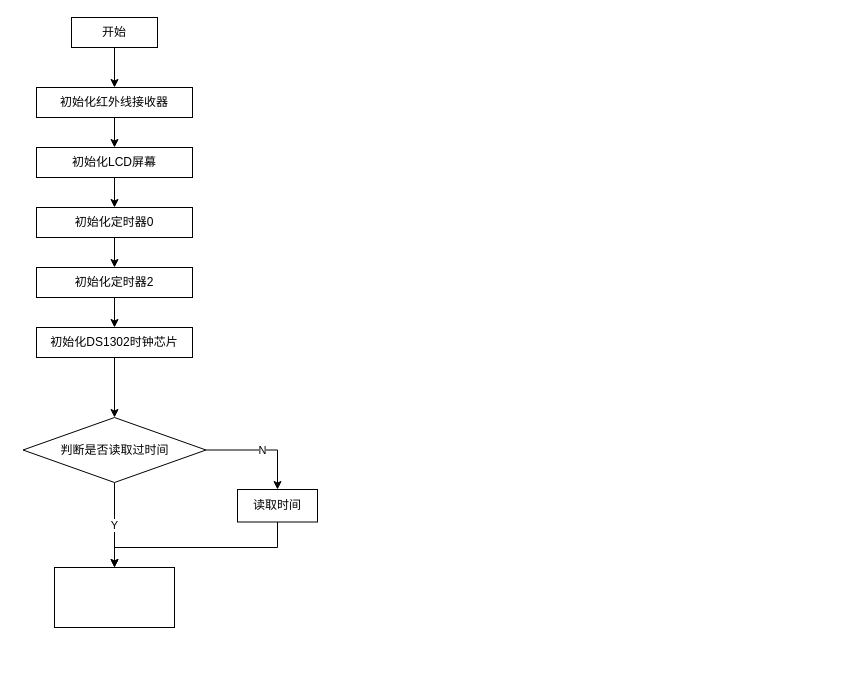
This is 未命名绘图.drawio from wxydejoy/cdn, a draw.io file, before an edit. Source tidied: cells renumbered, new cells numbered last; positions are measured from the earlier drawing's top-left corner, leaving out a move shared by most shapes. Both pictures are drawn from the tidied source at 100%, with x=0, y=0 at pixel (23, 17).
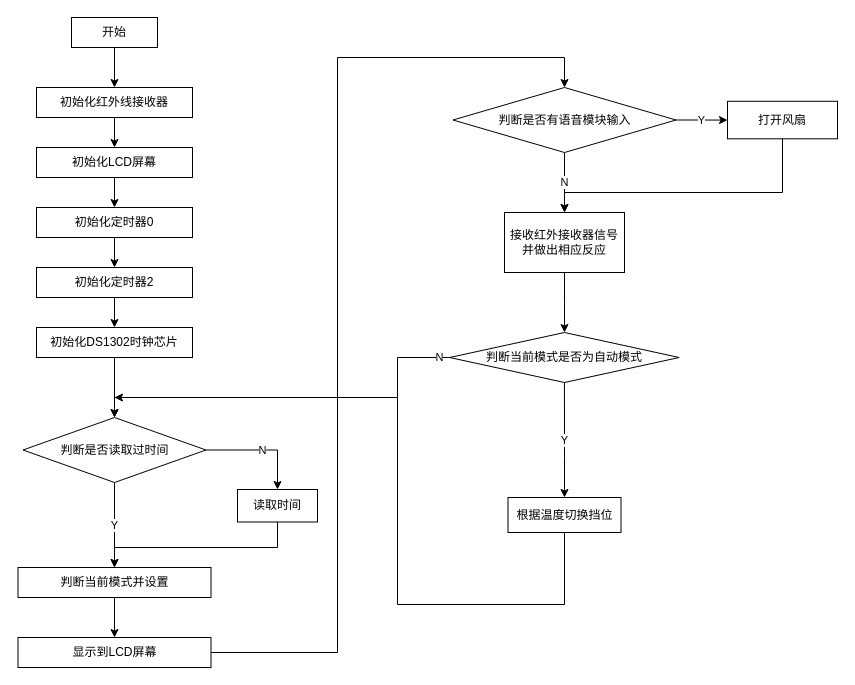
The same page after the edit.

Commit message (it also covers changes not shown here):
更新未命名绘图.drawio

Unchanged cells that the change refers to:
```xml
<mxCell id="16" value="判断是否读取过时间" style="rhombus;whiteSpace=wrap;html=1;rounded=0;" parent="1" vertex="1">
  <mxGeometry x="-0.5" y="400" width="183" height="65" as="geometry" />
</mxCell>
```

Diff of the diagram source:
```diff
@@
+    <mxCell id="20" style="edgeStyle=orthogonalEdgeStyle;rounded=0;jettySize=auto;html=1;" parent="1" edge="1" source="17" target="22">
+      <mxGeometry relative="1" as="geometry" />
+    </mxCell>
-    <mxCell id="17" style="rounded=0;whiteSpace=wrap;html=1;" parent="1" vertex="1">
-      <mxGeometry x="31" y="550" width="120" height="60" as="geometry" />
+    <mxCell id="17" value="判断当前模式并设置" style="rounded=0;whiteSpace=wrap;html=1;" parent="1" vertex="1">
+      <mxGeometry x="-5.5" y="550" width="193" height="30" as="geometry" />
     </mxCell>
@@
+    <mxCell id="21" style="edgeStyle=orthogonalEdgeStyle;rounded=0;jettySize=auto;html=1;" parent="1" edge="1" source="22" target="25">
+      <mxGeometry relative="1" as="geometry">
+        <Array as="points">
+          <mxPoint x="314" y="635" />
+          <mxPoint x="314" y="40" />
+          <mxPoint x="541" y="40" />
+        </Array>
+      </mxGeometry>
+    </mxCell>
+    <mxCell id="22" value="显示到LCD屏幕" style="rounded=0;whiteSpace=wrap;html=1;" parent="1" vertex="1">
+      <mxGeometry x="-5.5" y="620" width="193" height="30" as="geometry" />
+    </mxCell>
+    <mxCell id="23" value="Y" style="edgeStyle=orthogonalEdgeStyle;rounded=0;jettySize=auto;html=1;" parent="1" edge="1" source="25" target="27">
+      <mxGeometry relative="1" as="geometry" />
+    </mxCell>
+    <mxCell id="24" value="N" style="edgeStyle=orthogonalEdgeStyle;rounded=0;jettySize=auto;html=1;" parent="1" edge="1" source="25" target="29">
+      <mxGeometry relative="1" as="geometry" />
+    </mxCell>
+    <mxCell id="25" value="判断是否有语音模块输入" style="rhombus;whiteSpace=wrap;html=1;rounded=0;" parent="1" vertex="1">
+      <mxGeometry x="429.5" y="70" width="223" height="65" as="geometry" />
+    </mxCell>
+    <mxCell id="26" style="edgeStyle=orthogonalEdgeStyle;rounded=0;jettySize=auto;html=1;entryX=0.5;entryY=0;entryDx=0;entryDy=0;" parent="1" edge="1" source="27" target="29">
+      <mxGeometry relative="1" as="geometry">
+        <Array as="points">
+          <mxPoint x="759" y="175" />
+          <mxPoint x="541" y="175" />
+        </Array>
+      </mxGeometry>
+    </mxCell>
+    <mxCell id="27" value="打开风扇" style="whiteSpace=wrap;html=1;rounded=0;" parent="1" vertex="1">
+      <mxGeometry x="704" y="83.8" width="110" height="37.5" as="geometry" />
+    </mxCell>
+    <mxCell id="28" style="edgeStyle=orthogonalEdgeStyle;rounded=0;jettySize=auto;html=1;" parent="1" edge="1" source="29" target="31">
+      <mxGeometry relative="1" as="geometry" />
+    </mxCell>
+    <mxCell id="29" value="接收红外接收器信号并做出相应反应" style="whiteSpace=wrap;html=1;rounded=0;" parent="1" vertex="1">
+      <mxGeometry x="481" y="195" width="120" height="60" as="geometry" />
+    </mxCell>
+    <mxCell id="30" value="N" style="edgeStyle=orthogonalEdgeStyle;rounded=0;jettySize=auto;html=1;entryX=0.5;entryY=0;entryDx=0;entryDy=0;" parent="1" edge="1" source="31" target="16">
+      <mxGeometry x="-0.95" relative="1" as="geometry">
+        <Array as="points">
+          <mxPoint x="374" y="340" />
+          <mxPoint x="374" y="380" />
+          <mxPoint x="91" y="380" />
+        </Array>
+      </mxGeometry>
+    </mxCell>
+    <mxCell id="31" value="判断当前模式是否为自动模式" style="rhombus;whiteSpace=wrap;html=1;rounded=0;" parent="1" vertex="1">
+      <mxGeometry x="426.2" y="315" width="229.5" height="50" as="geometry" />
+    </mxCell>
+    <mxCell id="32" value="Y" style="edgeStyle=orthogonalEdgeStyle;rounded=0;jettySize=auto;html=1;exitX=0.5;exitY=1;exitDx=0;exitDy=0;" parent="1" edge="1" source="31" target="34">
+      <mxGeometry relative="1" as="geometry">
+        <Array as="points">
+          <mxPoint x="541" y="440" />
+          <mxPoint x="541" y="440" />
+        </Array>
+      </mxGeometry>
+    </mxCell>
+    <mxCell id="33" style="edgeStyle=orthogonalEdgeStyle;rounded=0;jettySize=auto;html=1;" parent="1" edge="1" source="34">
+      <mxGeometry relative="1" as="geometry">
+        <mxPoint x="91" y="380" as="targetPoint" />
+        <Array as="points">
+          <mxPoint x="374" y="587" />
+          <mxPoint x="374" y="380" />
+          <mxPoint x="91" y="380" />
+        </Array>
+      </mxGeometry>
+    </mxCell>
+    <mxCell id="34" value="根据温度切换挡位" style="whiteSpace=wrap;html=1;rounded=0;" parent="1" vertex="1">
+      <mxGeometry x="484.5" y="480" width="113" height="35" as="geometry" />
+    </mxCell>
```
